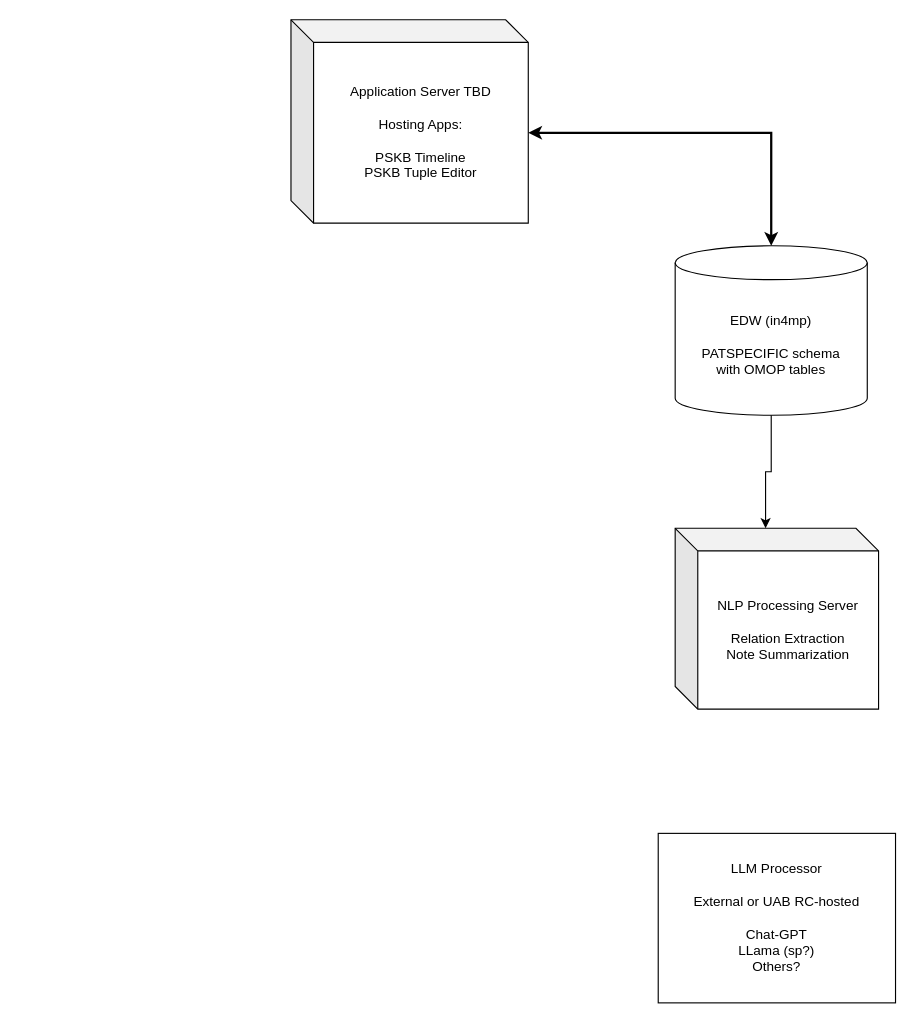
ntimkovich/UAB-II-Diagrams keeps this draw.io diagram as page "Page-1" (1 of 2) of PSKB Data Flow Diagram.drawio. Above is the earlier version. Source tidied: cells renumbered, new cells numbered last; positions are measured from the earlier drawing's top-left corner, leaving out a move shared by most shapes. Both pictures are drawn from the tidied source at 113%, with x=0, y=0 at pixel (290, 19).
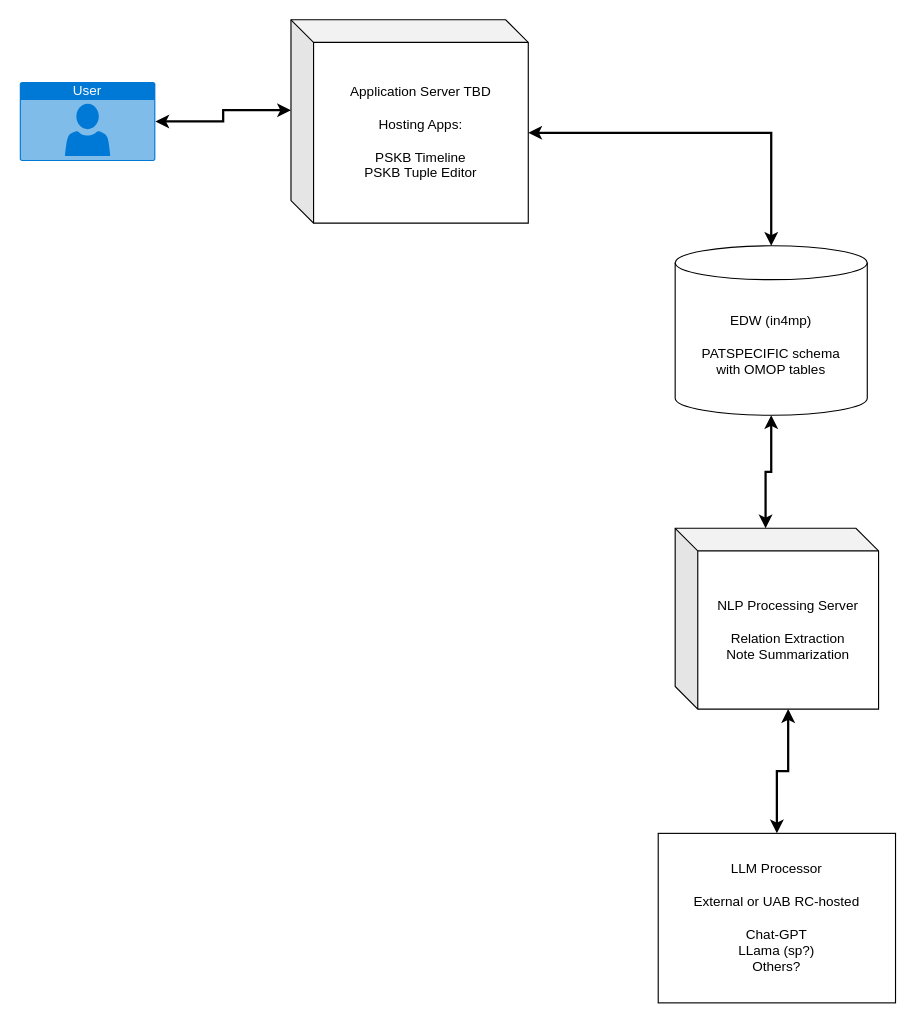
After the change.

The edit, as a diff of the source:
```diff
@@
 <mxGraphModel>
   <root>
     <mxCell id="0" />
     <mxCell id="1" parent="0" />
     <mxCell id="2" value="EDW (in4mp)&lt;div&gt;&lt;br&gt;&lt;/div&gt;&lt;div&gt;PATSPECIFIC schema&lt;/div&gt;&lt;div&gt;with OMOP tables&lt;/div&gt;" style="shape=cylinder3;whiteSpace=wrap;html=1;boundedLbl=1;backgroundOutline=1;size=15;" parent="1" vertex="1">
       <mxGeometry x="340" y="200" width="170" height="150" as="geometry" />
     </mxCell>
     <mxCell id="3" value="Application Server TBD&lt;div&gt;&lt;br&gt;&lt;/div&gt;&lt;div&gt;Hosting Apps:&lt;/div&gt;&lt;div&gt;&lt;br&gt;&lt;/div&gt;&lt;div&gt;PSKB Timeline&lt;/div&gt;&lt;div&gt;PSKB Tuple Editor&lt;/div&gt;" style="shape=cube;whiteSpace=wrap;html=1;boundedLbl=1;backgroundOutline=1;darkOpacity=0.05;darkOpacity2=0.1;" parent="1" vertex="1">
       <mxGeometry width="210" height="180" as="geometry" />
     </mxCell>
     <mxCell id="4" style="edgeStyle=orthogonalEdgeStyle;rounded=0;jettySize=auto;html=1;exitX=0;exitY=0;exitDx=210;exitDy=100;exitPerimeter=0;entryX=0.5;entryY=0;entryDx=0;entryDy=0;entryPerimeter=0;startArrow=classic;startFill=1;strokeWidth=2;" parent="1" edge="1" source="3" target="2">
       <mxGeometry relative="1" as="geometry" />
     </mxCell>
+    <mxCell id="8" style="edgeStyle=orthogonalEdgeStyle;rounded=0;jettySize=auto;html=1;exitX=0;exitY=0;exitDx=100;exitDy=160;exitPerimeter=0;entryX=0.5;entryY=0;entryDx=0;entryDy=0;startArrow=classic;startFill=1;strokeWidth=2;" parent="1" edge="1" source="5" target="6">
+      <mxGeometry relative="1" as="geometry" />
+    </mxCell>
     <mxCell id="5" value="NLP Processing Server&lt;div&gt;&lt;br&gt;&lt;/div&gt;&lt;div&gt;Relation Extraction&lt;/div&gt;&lt;div&gt;Note Summarization&lt;/div&gt;" style="shape=cube;whiteSpace=wrap;html=1;boundedLbl=1;backgroundOutline=1;darkOpacity=0.05;darkOpacity2=0.1;" parent="1" vertex="1">
       <mxGeometry x="340" y="450" width="180" height="160" as="geometry" />
     </mxCell>
     <mxCell id="6" value="LLM Processor&lt;div&gt;&lt;br&gt;&lt;/div&gt;&lt;div&gt;External or UAB RC-hosted&lt;br&gt;&lt;div&gt;&lt;br&gt;&lt;/div&gt;&lt;div&gt;Chat-GPT&lt;/div&gt;&lt;div&gt;LLama (sp?)&lt;/div&gt;&lt;div&gt;Others?&lt;/div&gt;&lt;/div&gt;" style="rounded=0;whiteSpace=wrap;html=1;" parent="1" vertex="1">
       <mxGeometry x="325" y="720" width="210" height="150" as="geometry" />
     </mxCell>
-    <mxCell id="7" style="edgeStyle=orthogonalEdgeStyle;rounded=0;jettySize=auto;html=1;exitX=0.5;exitY=1;exitDx=0;exitDy=0;exitPerimeter=0;entryX=0;entryY=0;entryDx=80;entryDy=0;entryPerimeter=0;" parent="1" edge="1" source="2" target="5">
+    <mxCell id="7" style="edgeStyle=orthogonalEdgeStyle;rounded=0;jettySize=auto;html=1;exitX=0.5;exitY=1;exitDx=0;exitDy=0;exitPerimeter=0;entryX=0;entryY=0;entryDx=80;entryDy=0;entryPerimeter=0;startArrow=classic;startFill=1;strokeWidth=2;" parent="1" edge="1" source="2" target="5">
       <mxGeometry relative="1" as="geometry" />
     </mxCell>
+    <mxCell id="9" value="User" style="html=1;whiteSpace=wrap;strokeColor=none;fillColor=#0079D6;labelPosition=center;verticalLabelPosition=middle;verticalAlign=top;align=center;fontSize=12;outlineConnect=0;spacingTop=-6;fontColor=#FFFFFF;sketch=0;shape=mxgraph.sitemap.user;" parent="1" vertex="1">
+      <mxGeometry x="-240" y="55" width="120" height="70" as="geometry" />
+    </mxCell>
+    <mxCell id="10" style="edgeStyle=orthogonalEdgeStyle;rounded=0;jettySize=auto;html=1;exitX=1;exitY=0.5;exitDx=0;exitDy=0;exitPerimeter=0;entryX=0;entryY=0;entryDx=0;entryDy=80;entryPerimeter=0;startArrow=classic;startFill=1;strokeWidth=2;" parent="1" edge="1" source="9" target="3">
+      <mxGeometry relative="1" as="geometry" />
+    </mxCell>
   </root>
 </mxGraphModel>
```
